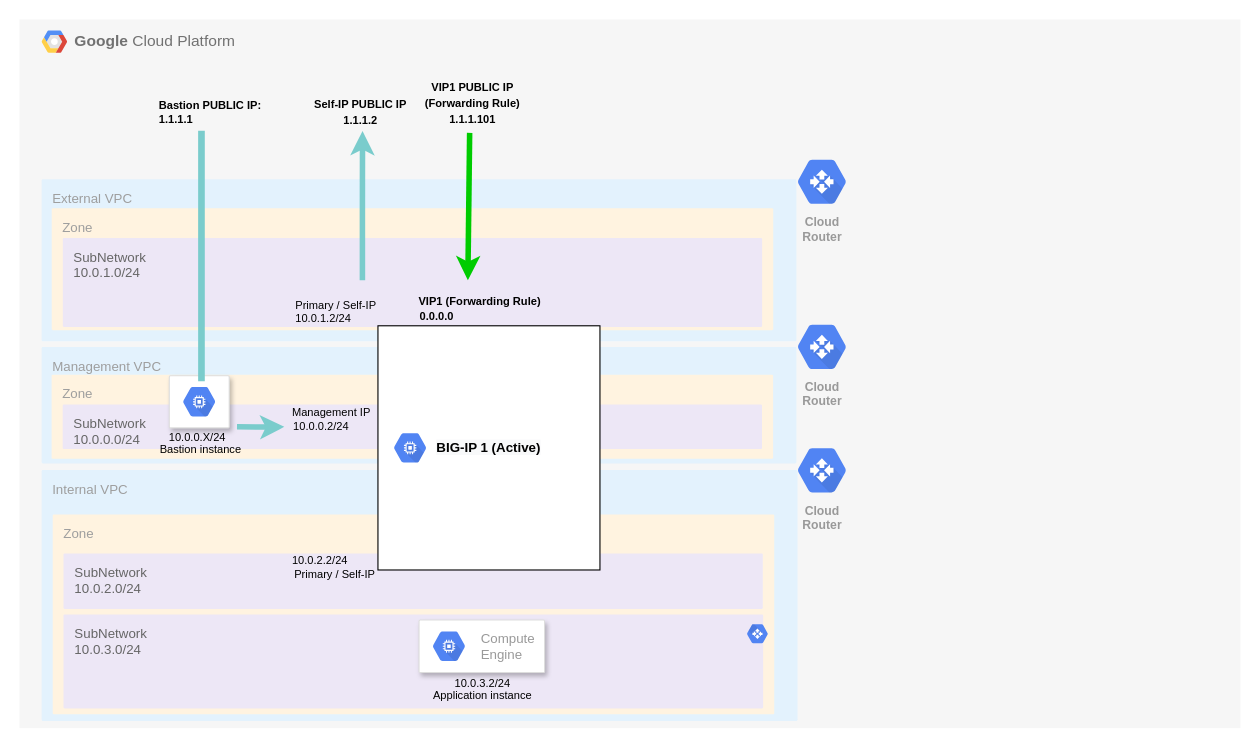
Earlier version of the draw.io diagram examples/quickstart/diagram-bastion.drawio (F5Networks/f5-google-gdm-templates-v2). Source tidied: cells renumbered, new cells numbered last; positions are measured from the earlier drawing's top-left corner, leaving out a move shared by most shapes. Both pictures are drawn from the tidied source at 111%, with x=0, y=0 at pixel (19, 19).
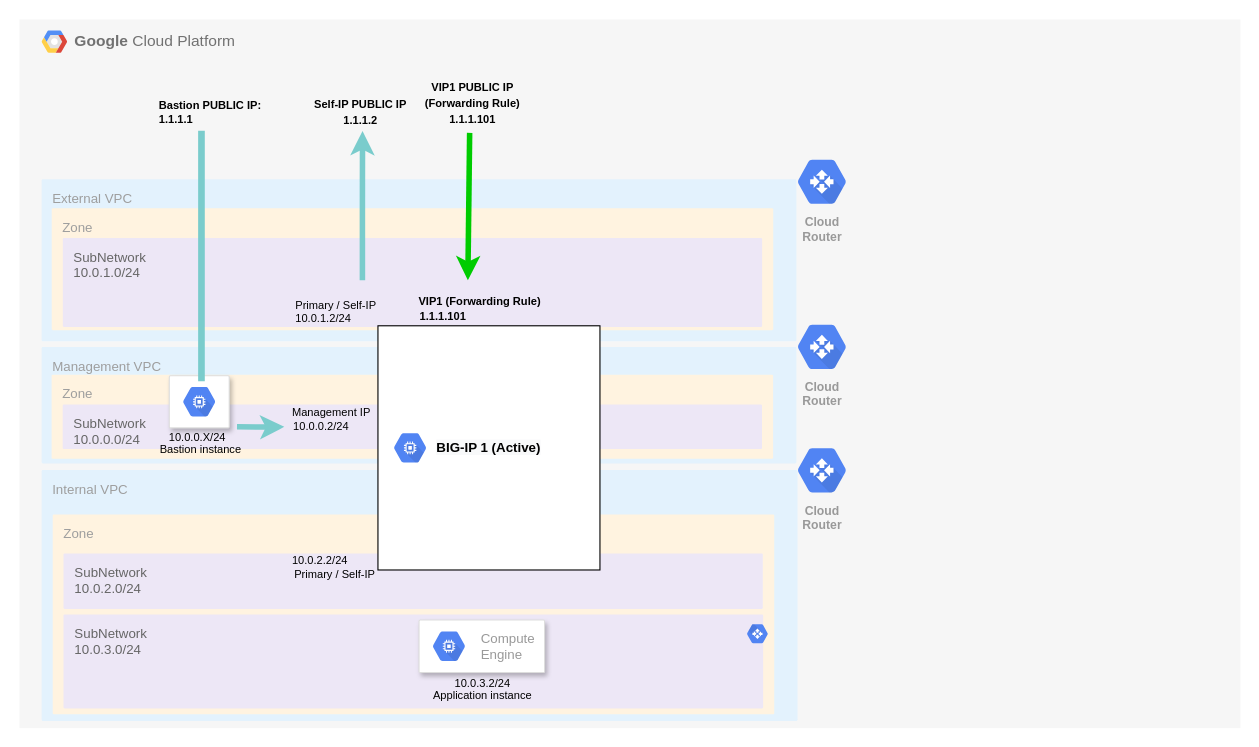
Above is the later version.

The edit, as a diff of the source:
```diff
@@
-    <mxCell id="44" value="&lt;font style=&quot;font-size: 10px&quot;&gt;&lt;span&gt;0.0.0.0&lt;/span&gt;&lt;/font&gt;" style="text;html=1;align=left;verticalAlign=middle;fontStyle=1;" parent="1" vertex="1">
-      <mxGeometry x="359" y="256.7" width="50" height="20" as="geometry" />
+    <mxCell id="44" value="&lt;font style=&quot;font-size: 10px&quot;&gt;&lt;span&gt;1.1.1.101&lt;/span&gt;&lt;/font&gt;" style="text;html=1;align=left;verticalAlign=middle;fontStyle=1;" parent="1" vertex="1">
+      <mxGeometry x="359" y="256.7" width="60" height="20" as="geometry" />
     </mxCell>
```
